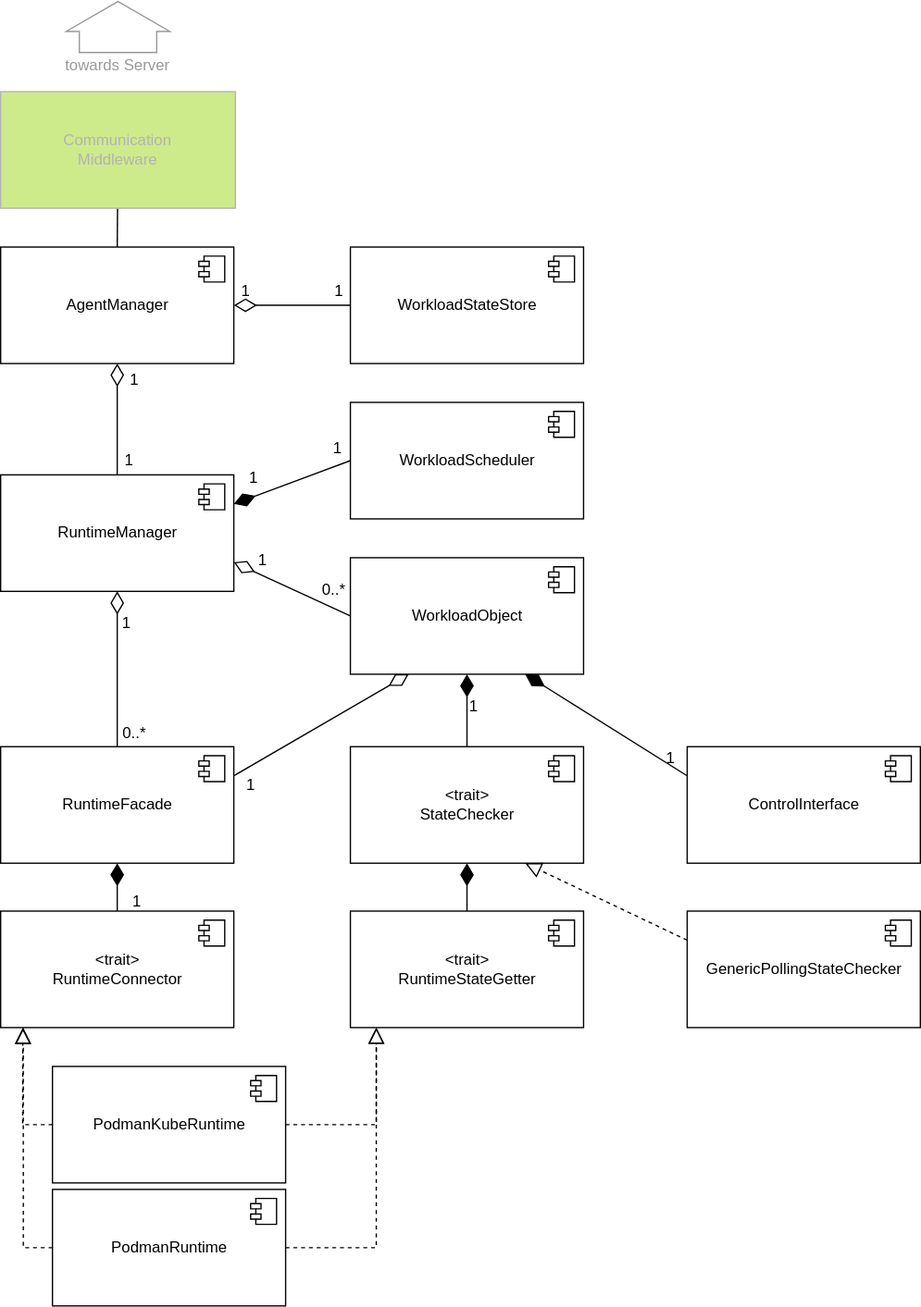
This is agent/doc/swdesign/drawio/unit_overview.drawio.svg from eclipse-ankaios/ankaios, a draw.io export, as it was before one commit. Source tidied: cells renumbered, new cells last; positions are measured from the earlier drawing's top-left corner, leaving out a move shared by most shapes.
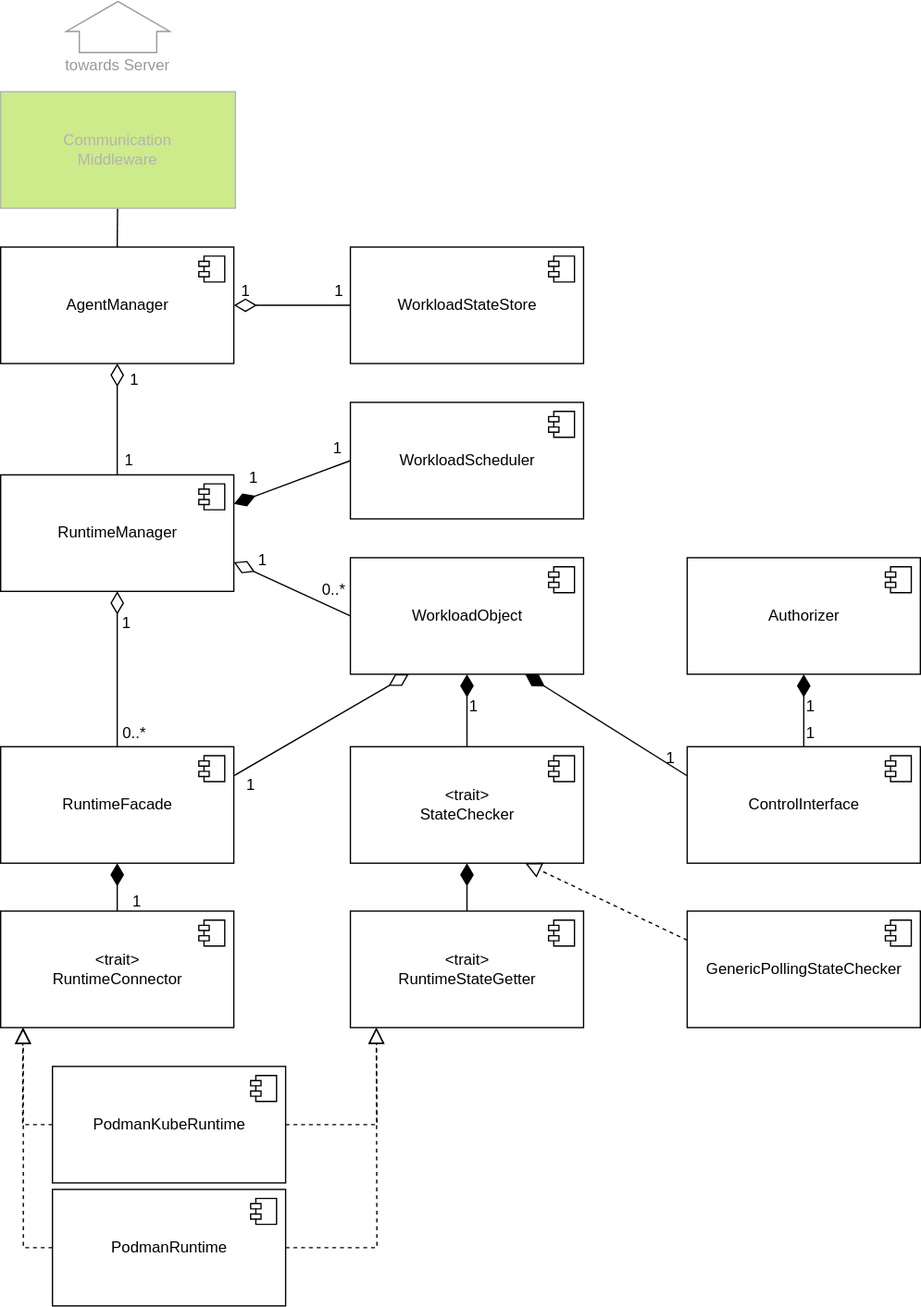
The same diagram one commit later.

The edit, as a diff of the source:
```diff
@@ -213,5 +213,24 @@
     <mxCell id="60" value="1" style="text;html=1;align=center;verticalAlign=middle;strokeColor=none;fillColor=none;" parent="1" vertex="1">
       <mxGeometry x="187" y="437" width="30" height="30" as="geometry" />
     </mxCell>
+    <mxCell id="61" value="Authorizer" style="html=1;" parent="1" vertex="1">
+      <mxGeometry x="530" y="450" width="180" height="90" as="geometry" />
+    </mxCell>
+    <mxCell id="62" style="shape=module;jettyWidth=8;jettyHeight=4;" parent="61" vertex="1">
+      <mxGeometry x="1" width="20" height="20" relative="1" as="geometry">
+        <mxPoint x="-27" y="7" as="offset" />
+      </mxGeometry>
+    </mxCell>
+    <mxCell id="63" style="edgeStyle=none;html=1;entryX=0.5;entryY=0;entryDx=0;entryDy=0;startArrow=diamondThin;startFill=1;endArrow=none;endFill=0;startSize=15;endSize=10;exitX=0.5;exitY=1;exitDx=0;exitDy=0;" parent="1" edge="1" source="61">
+      <mxGeometry relative="1" as="geometry">
+        <mxPoint x="620" y="596" as="targetPoint" />
+      </mxGeometry>
+    </mxCell>
+    <mxCell id="64" value="1" style="text;html=1;align=center;verticalAlign=middle;strokeColor=none;fillColor=none;" parent="1" vertex="1">
+      <mxGeometry x="610" y="550" width="30" height="30" as="geometry" />
+    </mxCell>
+    <mxCell id="65" value="1" style="text;html=1;align=center;verticalAlign=middle;strokeColor=none;fillColor=none;" parent="1" vertex="1">
+      <mxGeometry x="610" y="571" width="30" height="30" as="geometry" />
+    </mxCell>
   </root>
 </mxGraphModel>
```
